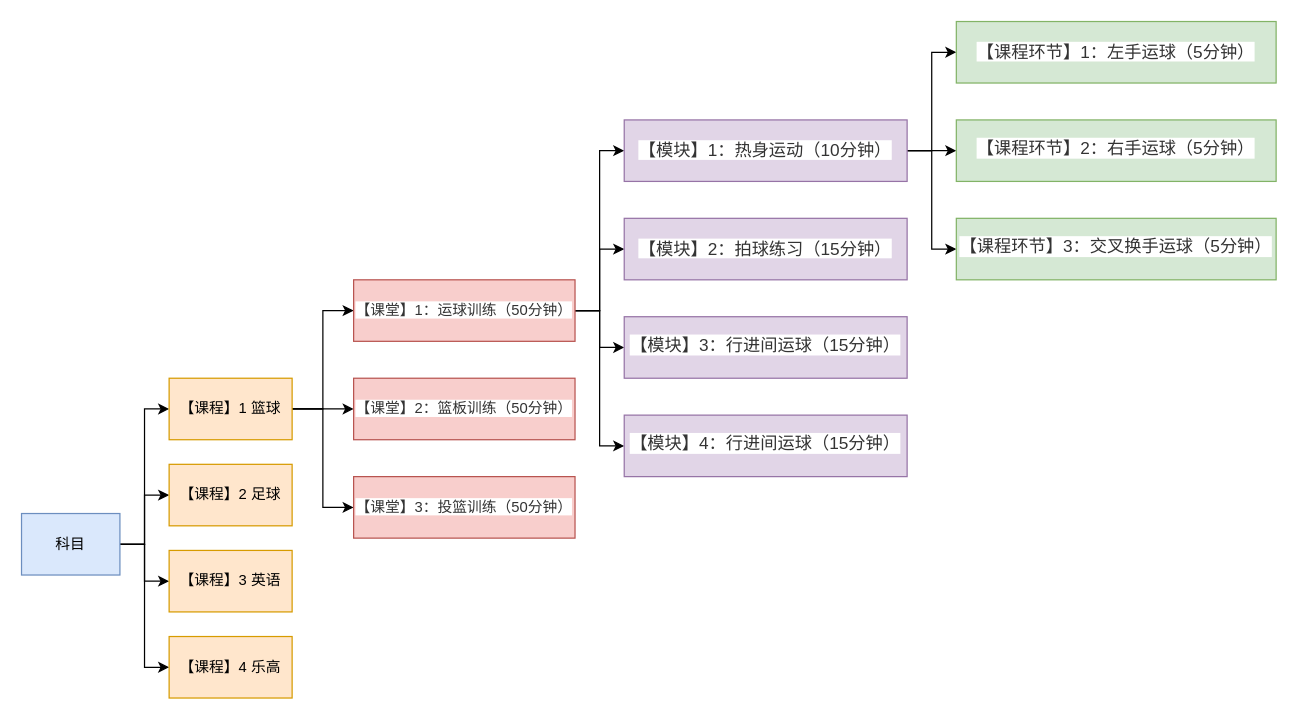
This is com.ygq/frame/教研名称关系.drawio from ythawed/diagrams, a draw.io file, before an edit. Source tidied: cells renumbered, new cells numbered last; positions are measured from the earlier drawing's top-left corner, leaving out a move shared by most shapes. Both pictures are drawn from the tidied source at 123%, with x=0, y=0 at pixel (21, 21).
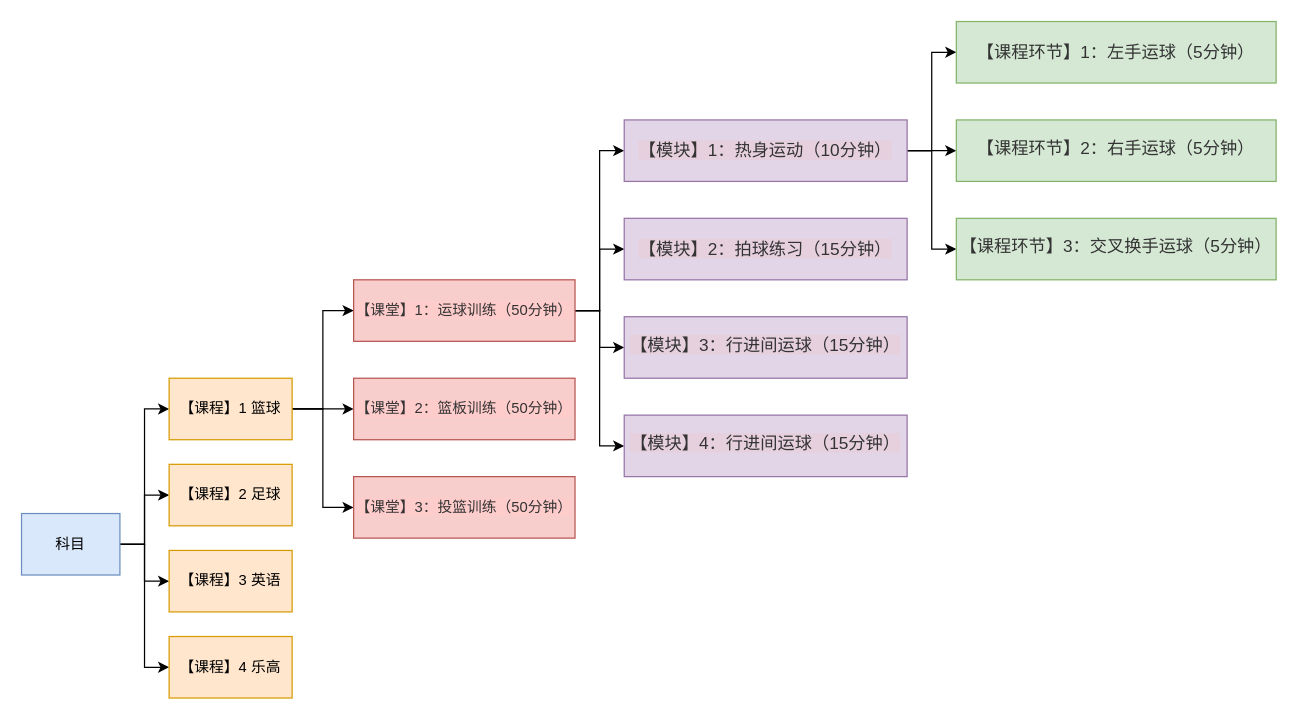
After the change.

Commit message (it also covers changes not shown here):
Update 教研名称关系.drawio

Diff of the diagram source:
```diff
@@
-    <mxCell id="18" value="&lt;span style=&quot;color: rgb(51 , 51 , 51) ; font-family: &amp;#34;arial&amp;#34; , sans-serif ; text-align: left ; background-color: rgb(255 , 255 , 255)&quot;&gt;&lt;font style=&quot;font-size: 12px&quot;&gt;【课堂】1：运球训练（50分钟）&lt;/font&gt;&lt;/span&gt;" style="rounded=0;whiteSpace=wrap;html=1;fillColor=#f8cecc;strokeColor=#b85450;" parent="1" vertex="1">
+    <mxCell id="18" value="&lt;span style=&quot;color: rgb(51 , 51 , 51) ; font-family: &amp;#34;arial&amp;#34; , sans-serif ; text-align: left ; background-color: rgb(255 , 204 , 204)&quot;&gt;&lt;font style=&quot;font-size: 12px&quot;&gt;【课堂】1：运球训练（50分钟）&lt;/font&gt;&lt;/span&gt;" style="rounded=0;whiteSpace=wrap;html=1;fillColor=#f8cecc;strokeColor=#b85450;" parent="1" vertex="1">
       <mxGeometry x="270" y="210" width="180" height="50" as="geometry" />
     </mxCell>
-    <mxCell id="19" value="&lt;span style=&quot;color: rgb(51 , 51 , 51) ; font-family: &amp;#34;arial&amp;#34; , sans-serif ; text-align: left ; background-color: rgb(255 , 255 , 255)&quot;&gt;&lt;font style=&quot;font-size: 12px&quot;&gt;【课堂】2：篮板训练（50分钟）&lt;/font&gt;&lt;/span&gt;" style="rounded=0;whiteSpace=wrap;html=1;fillColor=#f8cecc;strokeColor=#b85450;" parent="1" vertex="1">
+    <mxCell id="19" value="&lt;span style=&quot;color: rgb(51 , 51 , 51) ; font-family: &amp;#34;arial&amp;#34; , sans-serif ; text-align: left ; background-color: rgb(255 , 204 , 204)&quot;&gt;&lt;font style=&quot;font-size: 12px&quot;&gt;【课堂】2：篮板训练（50分钟）&lt;/font&gt;&lt;/span&gt;" style="rounded=0;whiteSpace=wrap;html=1;fillColor=#f8cecc;strokeColor=#b85450;" parent="1" vertex="1">
       <mxGeometry x="270" y="290" width="180" height="50" as="geometry" />
     </mxCell>
-    <mxCell id="20" value="&lt;span style=&quot;color: rgb(51 , 51 , 51) ; font-family: &amp;#34;arial&amp;#34; , sans-serif ; text-align: left ; background-color: rgb(255 , 255 , 255)&quot;&gt;&lt;font style=&quot;font-size: 12px&quot;&gt;【课堂】3：投篮训练（50分钟）&lt;/font&gt;&lt;/span&gt;" style="rounded=0;whiteSpace=wrap;html=1;fillColor=#f8cecc;strokeColor=#b85450;" parent="1" vertex="1">
+    <mxCell id="20" value="&lt;span style=&quot;color: rgb(51 , 51 , 51) ; font-family: &amp;#34;arial&amp;#34; , sans-serif ; text-align: left ; background-color: rgb(255 , 204 , 204)&quot;&gt;&lt;font style=&quot;font-size: 12px&quot;&gt;【课堂】3：投篮训练（50分钟）&lt;/font&gt;&lt;/span&gt;" style="rounded=0;whiteSpace=wrap;html=1;fillColor=#f8cecc;strokeColor=#b85450;" parent="1" vertex="1">
       <mxGeometry x="270" y="370" width="180" height="50" as="geometry" />
     </mxCell>
@@
-    <mxCell id="24" value="&lt;span style=&quot;color: rgb(51 , 51 , 51) ; font-family: &amp;#34;arial&amp;#34; , sans-serif ; font-size: 14px ; text-align: left ; background-color: rgb(255 , 255 , 255)&quot;&gt;【模块】1：热身运动（10分钟）&lt;/span&gt;" style="rounded=0;whiteSpace=wrap;html=1;fillColor=#e1d5e7;strokeColor=#9673a6;" parent="1" vertex="1">
+    <mxCell id="24" value="&lt;span style=&quot;color: rgb(51 , 51 , 51) ; font-family: &amp;#34;arial&amp;#34; , sans-serif ; font-size: 14px ; text-align: left ; background-color: rgb(230 , 208 , 222)&quot;&gt;【模块】1：热身运动（10分钟）&lt;/span&gt;" style="rounded=0;whiteSpace=wrap;html=1;fillColor=#e1d5e7;strokeColor=#9673a6;" parent="1" vertex="1">
       <mxGeometry x="490" y="80" width="230" height="50" as="geometry" />
     </mxCell>
-    <mxCell id="25" value="&lt;span style=&quot;color: rgb(51 , 51 , 51) ; font-family: &amp;#34;arial&amp;#34; , sans-serif ; font-size: 14px ; text-align: left ; background-color: rgb(255 , 255 , 255)&quot;&gt;【模块】2：拍球练习（15分钟）&lt;/span&gt;" style="rounded=0;whiteSpace=wrap;html=1;fillColor=#e1d5e7;strokeColor=#9673a6;" parent="1" vertex="1">
+    <mxCell id="25" value="&lt;span style=&quot;color: rgb(51 , 51 , 51) ; font-family: &amp;#34;arial&amp;#34; , sans-serif ; font-size: 14px ; text-align: left ; background-color: rgb(230 , 208 , 222)&quot;&gt;【模块】2：拍球练习（15分钟）&lt;/span&gt;" style="rounded=0;whiteSpace=wrap;html=1;fillColor=#e1d5e7;strokeColor=#9673a6;" parent="1" vertex="1">
       <mxGeometry x="490" y="160" width="230" height="50" as="geometry" />
     </mxCell>
-    <mxCell id="26" value="&lt;p style=&quot;margin: 10px 0px 0px ; padding: 0px ; color: rgb(51 , 51 , 51) ; font-family: &amp;#34;arial&amp;#34; , sans-serif ; font-size: 14px ; text-align: left ; background-color: rgb(255 , 255 , 255)&quot;&gt;【模块】3：行进间运球（15分钟）&lt;/p&gt;&lt;div&gt;&lt;br&gt;&lt;/div&gt;" style="rounded=0;whiteSpace=wrap;html=1;fillColor=#e1d5e7;strokeColor=#9673a6;" parent="1" vertex="1">
+    <mxCell id="26" value="&lt;p style=&quot;margin: 10px 0px 0px ; padding: 0px ; color: rgb(51 , 51 , 51) ; font-family: &amp;#34;arial&amp;#34; , sans-serif ; font-size: 14px ; text-align: left&quot;&gt;&lt;span style=&quot;background-color: rgb(230 , 208 , 222)&quot;&gt;【模块】3：行进间运球（15分钟）&lt;/span&gt;&lt;/p&gt;&lt;div&gt;&lt;br&gt;&lt;/div&gt;" style="rounded=0;whiteSpace=wrap;html=1;fillColor=#e1d5e7;strokeColor=#9673a6;" parent="1" vertex="1">
       <mxGeometry x="490" y="240" width="230" height="50" as="geometry" />
     </mxCell>
-    <mxCell id="27" value="&lt;p style=&quot;margin: 10px 0px 0px ; padding: 0px ; color: rgb(51 , 51 , 51) ; font-family: &amp;#34;arial&amp;#34; , sans-serif ; font-size: 14px ; text-align: left ; background-color: rgb(255 , 255 , 255)&quot;&gt;【模块】4：行进间运球（15分钟）&lt;/p&gt;&lt;div&gt;&lt;br&gt;&lt;/div&gt;" style="rounded=0;whiteSpace=wrap;html=1;fillColor=#e1d5e7;strokeColor=#9673a6;" parent="1" vertex="1">
+    <mxCell id="27" value="&lt;p style=&quot;margin: 10px 0px 0px ; padding: 0px ; color: rgb(51 , 51 , 51) ; font-family: &amp;#34;arial&amp;#34; , sans-serif ; font-size: 14px ; text-align: left&quot;&gt;&lt;span style=&quot;background-color: rgb(230 , 208 , 222)&quot;&gt;【模块】4：行进间运球（15分钟）&lt;/span&gt;&lt;/p&gt;&lt;div&gt;&lt;br&gt;&lt;/div&gt;" style="rounded=0;whiteSpace=wrap;html=1;fillColor=#e1d5e7;strokeColor=#9673a6;" parent="1" vertex="1">
       <mxGeometry x="490" y="320" width="230" height="50" as="geometry" />
     </mxCell>
-    <mxCell id="28" value="&lt;span style=&quot;color: rgb(51 , 51 , 51) ; font-family: &amp;#34;arial&amp;#34; , sans-serif ; font-size: 14px ; text-align: left ; background-color: rgb(255 , 255 , 255)&quot;&gt;【课程环节】1：左手运球（5分钟）&lt;/span&gt;" style="rounded=0;whiteSpace=wrap;html=1;fillColor=#d5e8d4;strokeColor=#82b366;" parent="1" vertex="1">
+    <mxCell id="28" value="&lt;span style=&quot;color: rgb(51 , 51 , 51) ; font-family: &amp;#34;arial&amp;#34; , sans-serif ; font-size: 14px ; text-align: left ; background-color: rgb(213 , 232 , 212)&quot;&gt;【课程环节】1：左手运球（5分钟）&lt;/span&gt;" style="rounded=0;whiteSpace=wrap;html=1;fillColor=#d5e8d4;strokeColor=#82b366;" parent="1" vertex="1">
       <mxGeometry x="760" width="260" height="50" as="geometry" />
     </mxCell>
-    <mxCell id="29" value="&lt;p style=&quot;margin: 10px 0px 0px ; padding: 0px ; color: rgb(51 , 51 , 51) ; font-family: &amp;#34;arial&amp;#34; , sans-serif ; font-size: 14px ; text-align: left ; background-color: rgb(255 , 255 , 255)&quot;&gt;【课程环节】2：右手运球（5分钟）&lt;/p&gt;&lt;div&gt;&lt;br&gt;&lt;/div&gt;" style="rounded=0;whiteSpace=wrap;html=1;fillColor=#d5e8d4;strokeColor=#82b366;" parent="1" vertex="1">
+    <mxCell id="29" value="&lt;p style=&quot;margin: 10px 0px 0px ; padding: 0px ; color: rgb(51 , 51 , 51) ; font-family: &amp;#34;arial&amp;#34; , sans-serif ; font-size: 14px ; text-align: left&quot;&gt;&lt;span style=&quot;background-color: rgb(213 , 232 , 212)&quot;&gt;【课程环节】2：右手运球（5分钟）&lt;/span&gt;&lt;/p&gt;&lt;div&gt;&lt;br&gt;&lt;/div&gt;" style="rounded=0;whiteSpace=wrap;html=1;fillColor=#d5e8d4;strokeColor=#82b366;" parent="1" vertex="1">
       <mxGeometry x="760" y="80" width="260" height="50" as="geometry" />
     </mxCell>
-    <mxCell id="30" value="&lt;div&gt;&lt;p style=&quot;margin: 10px 0px 0px ; padding: 0px ; color: rgb(51 , 51 , 51) ; font-family: &amp;#34;arial&amp;#34; , sans-serif ; font-size: 14px ; text-align: left ; background-color: rgb(255 , 255 , 255)&quot;&gt;【课程环节】3：交叉换手运球（5分钟）&lt;/p&gt;&lt;div&gt;&lt;br&gt;&lt;/div&gt;&lt;/div&gt;" style="rounded=0;whiteSpace=wrap;html=1;fillColor=#d5e8d4;strokeColor=#82b366;" parent="1" vertex="1">
+    <mxCell id="30" value="&lt;div&gt;&lt;p style=&quot;margin: 10px 0px 0px ; padding: 0px ; color: rgb(51 , 51 , 51) ; font-family: &amp;#34;arial&amp;#34; , sans-serif ; font-size: 14px ; text-align: left&quot;&gt;&lt;span style=&quot;background-color: rgb(213 , 232 , 212)&quot;&gt;【课程环节】3：交叉换手运球（5分钟）&lt;/span&gt;&lt;/p&gt;&lt;div&gt;&lt;br&gt;&lt;/div&gt;&lt;/div&gt;" style="rounded=0;whiteSpace=wrap;html=1;fillColor=#d5e8d4;strokeColor=#82b366;" parent="1" vertex="1">
       <mxGeometry x="760" y="160" width="260" height="50" as="geometry" />
     </mxCell>
```
